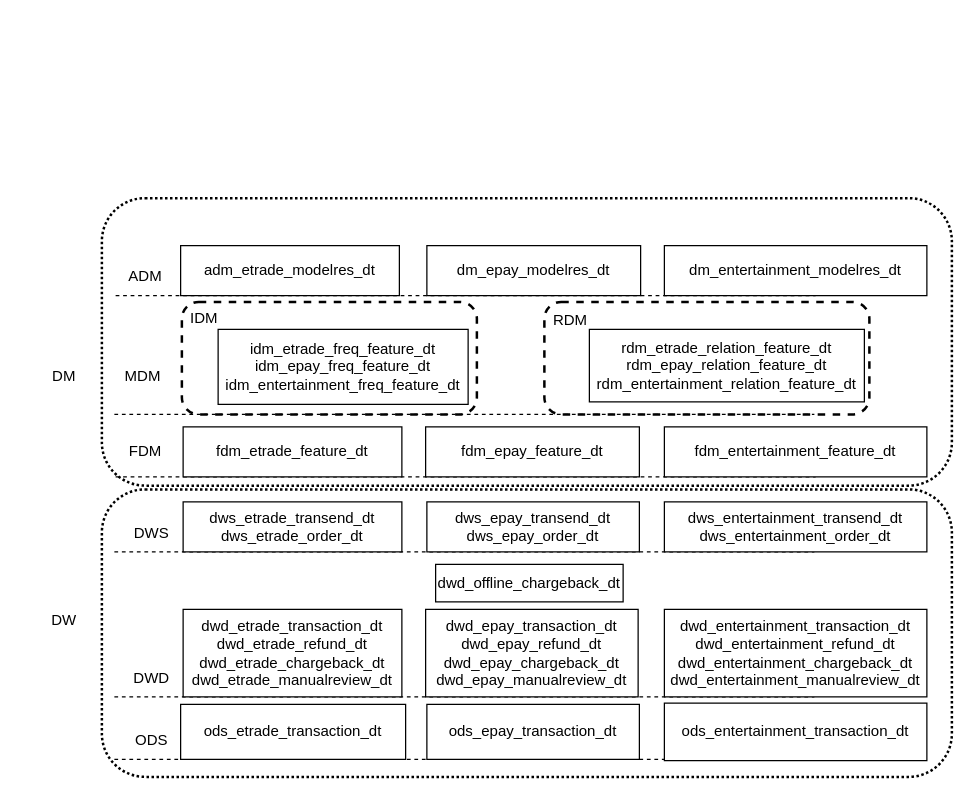
Before: python-tools/riskModel/datawarehouse.drawio in whitepaper2/algoDiary, a draw.io diagram. Source tidied: cells renumbered, new cells numbered last; positions are measured from the earlier drawing's top-left corner, leaving out a move shared by most shapes. Both pictures are drawn from the tidied source at 125%, with x=0, y=0 at pixel (26, 198).
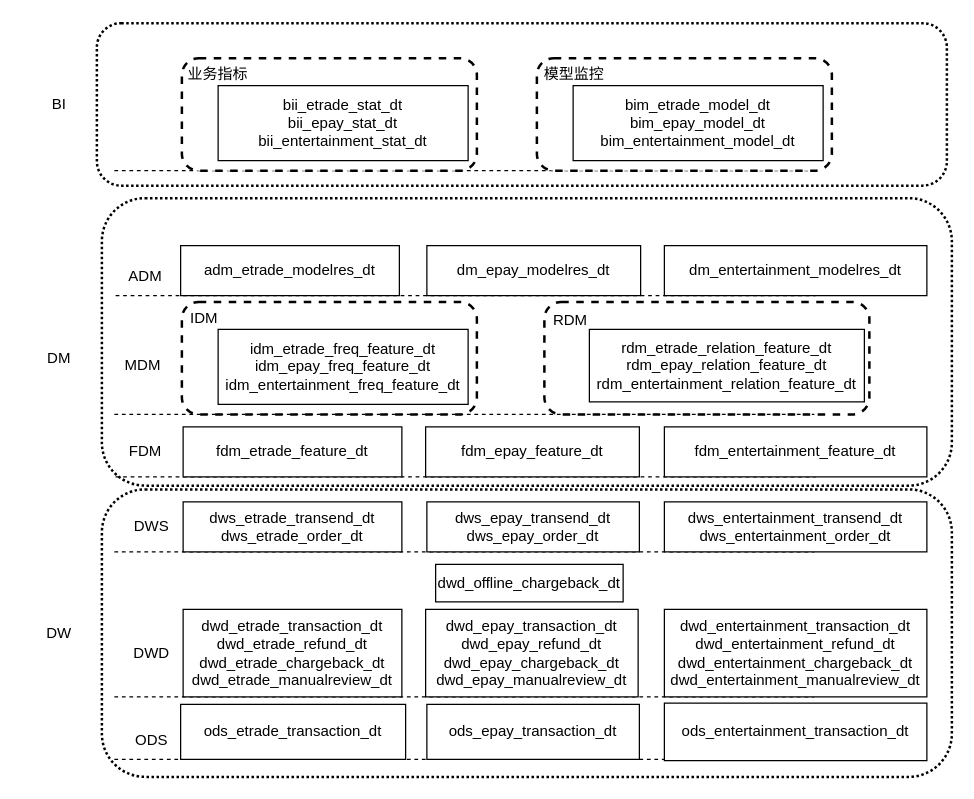
The same diagram, later.

The edit, as a diff of the source:
```diff
@@
     <mxCell id="8" value="DWD" style="text;html=1;strokeColor=none;fillColor=none;align=center;verticalAlign=middle;whiteSpace=wrap;rounded=0;" parent="1" vertex="1">
-      <mxGeometry x="70" y="369" width="60" height="30" as="geometry" />
+      <mxGeometry x="70" y="349" width="60" height="30" as="geometry" />
     </mxCell>
@@
     <mxCell id="12" value="DWS" style="text;html=1;strokeColor=none;fillColor=none;align=center;verticalAlign=middle;whiteSpace=wrap;rounded=0;" parent="1" vertex="1">
-      <mxGeometry x="70" y="253" width="60" height="30" as="geometry" />
+      <mxGeometry x="70" y="248" width="60" height="30" as="geometry" />
     </mxCell>
     <mxCell id="13" value="DM" style="text;html=1;strokeColor=none;fillColor=none;align=center;verticalAlign=middle;whiteSpace=wrap;rounded=0;" parent="1" vertex="1">
-      <mxGeometry y="128" width="60" height="30" as="geometry" />
+      <mxGeometry x="-4" y="113" width="60" height="30" as="geometry" />
     </mxCell>
@@
     <mxCell id="27" value="DW" style="text;html=1;strokeColor=none;fillColor=none;align=center;verticalAlign=middle;whiteSpace=wrap;rounded=0;" parent="1" vertex="1">
-      <mxGeometry y="323" width="60" height="30" as="geometry" />
+      <mxGeometry x="-4" y="333" width="60" height="30" as="geometry" />
     </mxCell>
@@
     <mxCell id="30" value="MDM" style="text;html=1;strokeColor=none;fillColor=none;align=center;verticalAlign=middle;whiteSpace=wrap;rounded=0;" parent="1" vertex="1">
-      <mxGeometry x="63" y="128" width="60" height="30" as="geometry" />
+      <mxGeometry x="63" y="119" width="60" height="30" as="geometry" />
     </mxCell>
@@
+    <mxCell id="40" value="BI" style="text;html=1;strokeColor=none;fillColor=none;align=center;verticalAlign=middle;whiteSpace=wrap;rounded=0;" parent="1" vertex="1">
+      <mxGeometry x="-4" y="-90" width="60" height="30" as="geometry" />
+    </mxCell>
+    <mxCell id="41" style="rounded=1;whiteSpace=wrap;html=1;dashed=1;dashPattern=1 1;strokeWidth=2;" parent="1" vertex="1">
+      <mxGeometry x="56" y="-140" width="680" height="130" as="geometry" />
+    </mxCell>
+    <mxCell id="42" style="endArrow=none;dashed=1;html=1;" parent="1" edge="1">
+      <mxGeometry relative="1" as="geometry">
+        <mxPoint x="70" y="-22" as="sourcePoint" />
+        <mxPoint x="630" y="-22" as="targetPoint" />
+      </mxGeometry>
+    </mxCell>
+    <mxCell id="43" style="rounded=1;whiteSpace=wrap;html=1;dashed=1;strokeWidth=2;" parent="1" vertex="1">
+      <mxGeometry x="408" y="-112" width="236" height="90" as="geometry" />
+    </mxCell>
+    <mxCell id="44" value="模型监控" style="text;html=1;strokeColor=none;fillColor=none;align=center;verticalAlign=middle;whiteSpace=wrap;rounded=0;" parent="1" vertex="1">
+      <mxGeometry x="408" y="-114" width="60" height="30" as="geometry" />
+    </mxCell>
+    <mxCell id="45" value="bim_etrade_model_dt&lt;br&gt;bim_epay_model_dt&lt;br&gt;bim_entertainment_model_dt" style="rounded=0;whiteSpace=wrap;html=1;" parent="1" vertex="1">
+      <mxGeometry x="437" y="-90" width="200" height="60" as="geometry" />
+    </mxCell>
+    <mxCell id="46" style="rounded=1;whiteSpace=wrap;html=1;dashed=1;strokeWidth=2;" parent="1" vertex="1">
+      <mxGeometry x="124" y="-112" width="236" height="90" as="geometry" />
+    </mxCell>
+    <mxCell id="47" value="业务指标" style="text;html=1;strokeColor=none;fillColor=none;align=center;verticalAlign=middle;whiteSpace=wrap;rounded=0;" parent="1" vertex="1">
+      <mxGeometry x="123" y="-114" width="60" height="30" as="geometry" />
+    </mxCell>
+    <mxCell id="48" value="bii_etrade_stat_dt&lt;br&gt;bii_epay_stat_dt&lt;br&gt;bii_entertainment_stat_dt" style="rounded=0;whiteSpace=wrap;html=1;" parent="1" vertex="1">
+      <mxGeometry x="153" y="-90" width="200" height="60" as="geometry" />
+    </mxCell>
```
